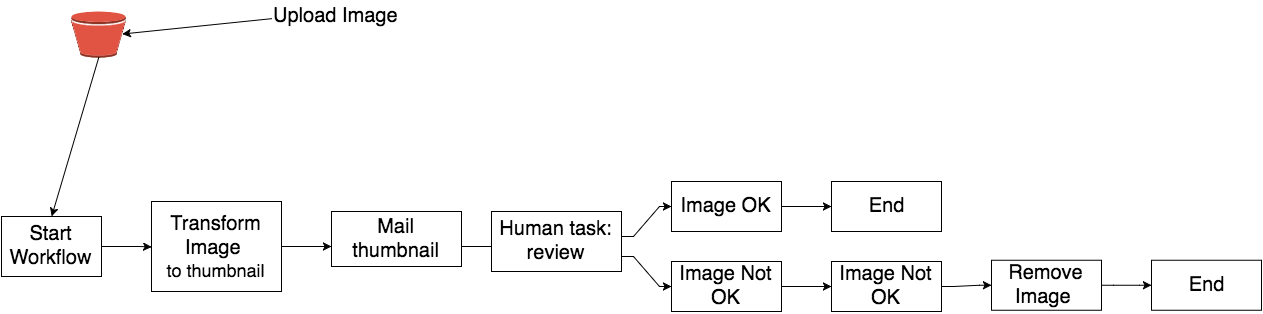
fredde975/opkoko16.1 keeps this draw.io diagram as moderator_workflow.png. Above is the earlier version. Source tidied: cells renumbered, new cells last; positions are measured from the earlier drawing's top-left corner, leaving out a move shared by most shapes.
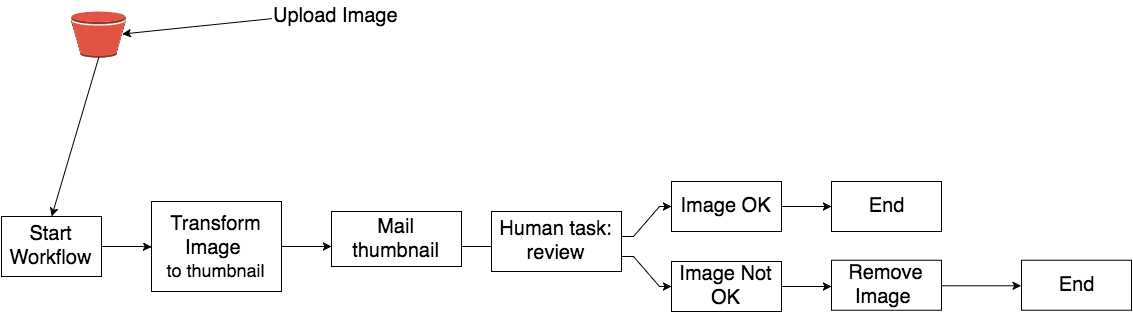
The same file after the commit.

The edit, as a diff of the source:
```diff
@@ -58,8 +58,9 @@
     <mxCell id="13" value="&lt;div&gt;&lt;font style=&quot;font-size: 20px&quot;&gt;Human task: review&lt;/font&gt;&lt;/div&gt;" style="whiteSpace=wrap;html=1;" parent="1" vertex="1">
       <mxGeometry x="490" y="210" width="130" height="60" as="geometry" />
     </mxCell>
-    <mxCell id="14" style="edgeStyle=orthogonalEdgeStyle;rounded=0;html=1;endArrow=classic;endFill=1;jettySize=auto;noEdgeStyle=1;orthogonal=1;" parent="1" edge="1" source="15" target="17">
+    <mxCell id="14" style="edgeStyle=orthogonalEdgeStyle;rounded=0;html=1;endArrow=classic;endFill=1;jettySize=auto;noEdgeStyle=1;orthogonal=1;" parent="1" edge="1" source="15">
       <mxGeometry x="290" y="-505" as="geometry">
+        <mxPoint x="830" y="285" as="targetPoint" />
         <Array as="points">
           <mxPoint x="792" y="285" />
           <mxPoint x="818" y="285" />
@@ -69,30 +70,11 @@
     <mxCell id="15" value="&lt;div&gt;&lt;font style=&quot;font-size: 20px&quot;&gt;Image Not OK&lt;/font&gt;&lt;/div&gt;" style="whiteSpace=wrap;html=1;" parent="1" vertex="1">
       <mxGeometry x="670" y="260" width="110" height="50" as="geometry" />
     </mxCell>
-    <mxCell id="16" style="edgeStyle=orthogonalEdgeStyle;rounded=0;html=1;endArrow=classic;endFill=1;jettySize=auto;noEdgeStyle=1;orthogonal=1;" parent="1" edge="1" source="17" target="19">
-      <mxGeometry x="450" y="-506.2" as="geometry">
-        <Array as="points">
-          <mxPoint x="952" y="285" />
-          <mxPoint x="978" y="283.8" />
-        </Array>
-      </mxGeometry>
-    </mxCell>
-    <mxCell id="17" value="&lt;div&gt;&lt;font style=&quot;font-size: 20px&quot;&gt;Image Not OK&lt;/font&gt;&lt;/div&gt;" style="whiteSpace=wrap;html=1;" parent="1" vertex="1">
-      <mxGeometry x="830" y="260" width="110" height="50" as="geometry" />
-    </mxCell>
-    <mxCell id="18" style="edgeStyle=orthogonalEdgeStyle;rounded=0;html=1;endArrow=classic;endFill=1;jettySize=auto;noEdgeStyle=1;orthogonal=1;" parent="1" edge="1" source="19" target="20">
-      <mxGeometry x="610" y="-506.2" as="geometry">
-        <Array as="points">
-          <mxPoint x="1112" y="283.8" />
-          <mxPoint x="1138" y="283.8" />
-        </Array>
-      </mxGeometry>
-    </mxCell>
     <mxCell id="19" value="&lt;div&gt;&lt;font style=&quot;font-size: 20px&quot;&gt;Remove Image&amp;nbsp;&lt;/font&gt;&lt;/div&gt;" style="whiteSpace=wrap;html=1;" parent="1" vertex="1">
-      <mxGeometry x="990" y="258.8" width="110" height="50" as="geometry" />
+      <mxGeometry x="830" y="258.8" width="110" height="50" as="geometry" />
     </mxCell>
     <mxCell id="20" value="&lt;div&gt;&lt;font style=&quot;font-size: 20px&quot;&gt;End&lt;/font&gt;&lt;/div&gt;" style="whiteSpace=wrap;html=1;" parent="1" vertex="1">
-      <mxGeometry x="1150" y="258.8" width="110" height="50" as="geometry" />
+      <mxGeometry x="1020" y="258.8" width="110" height="50" as="geometry" />
     </mxCell>
     <mxCell id="21" style="edgeStyle=orthogonalEdgeStyle;rounded=0;html=1;endArrow=classic;endFill=1;jettySize=auto;noEdgeStyle=1;orthogonal=1;" parent="1" edge="1" source="22" target="23">
       <mxGeometry x="290" y="-585" as="geometry">
@@ -116,5 +98,8 @@
         </Array>
       </mxGeometry>
     </mxCell>
+    <mxCell id="18" style="endArrow=classic;html=1;exitX=1;exitY=0.5;entryX=0;entryY=0.5;" parent="1" edge="1" source="19" target="20">
+      <mxGeometry relative="1" as="geometry" />
+    </mxCell>
   </root>
 </mxGraphModel>
```
